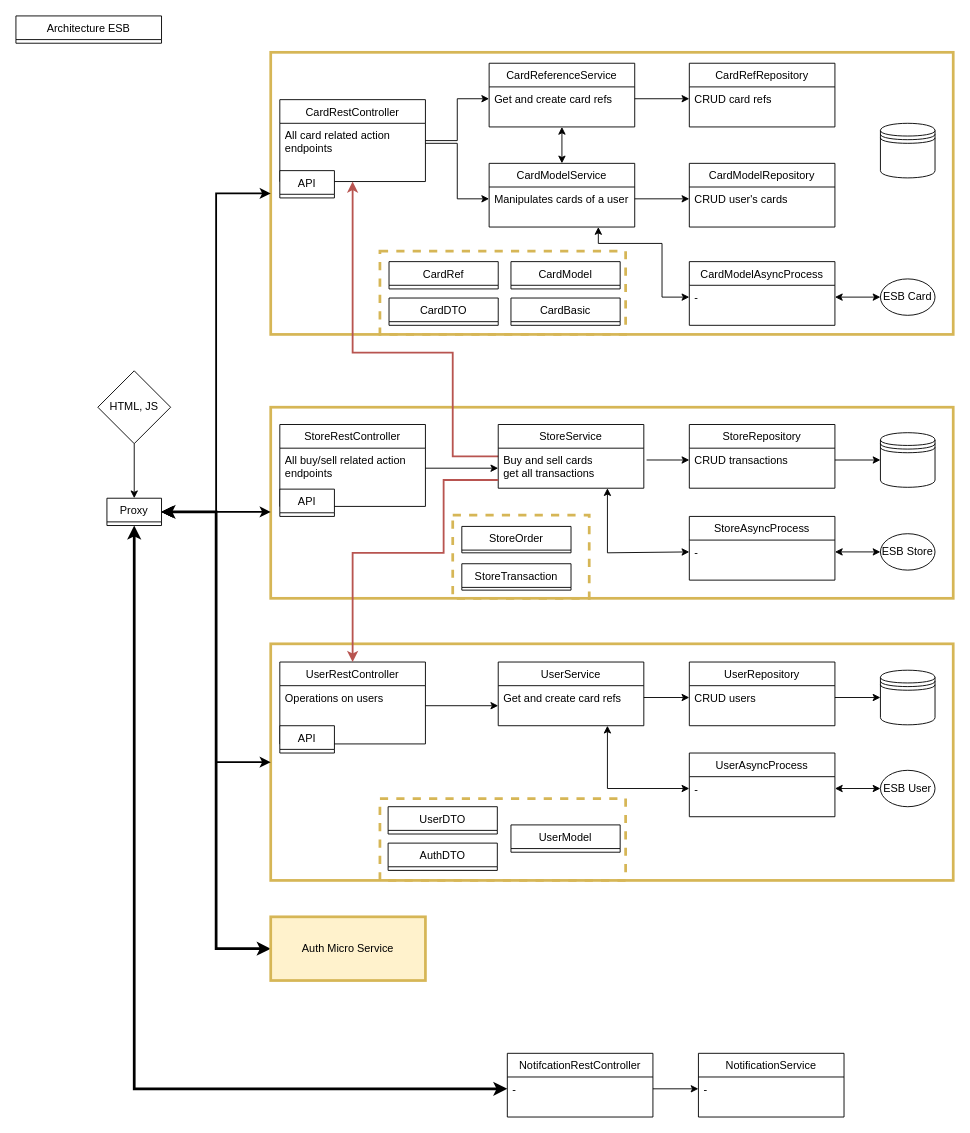
Before: page "Page-2" (2 of 2) of Untitled Diagram.drawio in guillaume-oo/asi2-card-trading-game, a draw.io diagram. Source tidied: cells renumbered, new cells numbered last; positions are measured from the earlier drawing's top-left corner, leaving out a move shared by most shapes. Both pictures are drawn from the tidied source at 91%, with x=0, y=0 at pixel (15, 15).
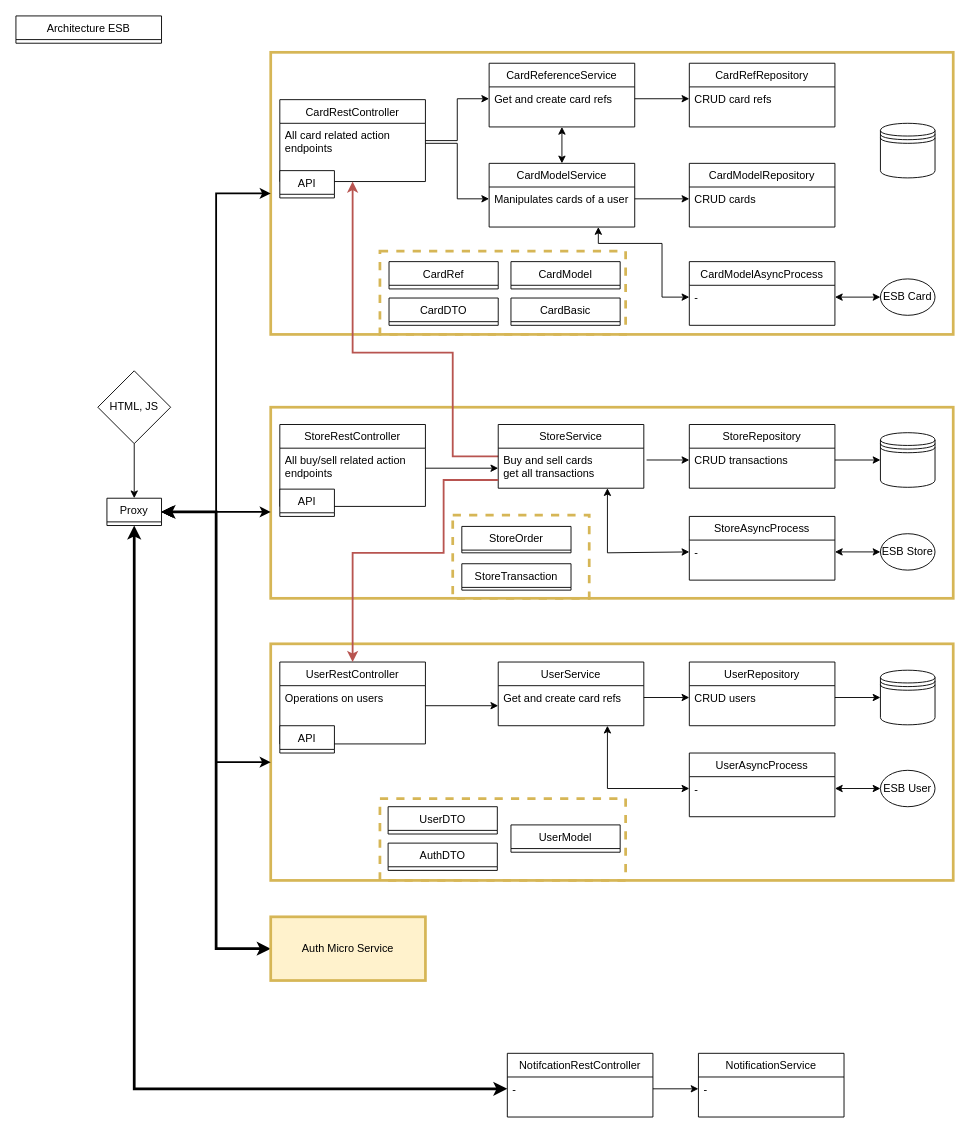
The same diagram, later.

The change refers to these unchanged cells:
```xml
<mxCell id="8" value="CardModelRepository" style="swimlane;fontStyle=0;align=center;verticalAlign=top;horizontal=1;startSize=26;rounded=0;shadow=0;strokeWidth=1;" parent="1" vertex="1">
  <mxGeometry x="740" y="162" width="160" height="70" as="geometry" />
</mxCell>
```

Change to the diagram source:
```diff
@@
-    <mxCell id="9" value="CRUD user's cards" style="text;align=left;verticalAlign=top;spacingLeft=4;spacingRight=4;overflow=hidden;points=[[0,0.5],[1,0.5]];portConstraint=eastwest;" parent="8" vertex="1">
+    <mxCell id="9" value="CRUD cards" style="text;align=left;verticalAlign=top;spacingLeft=4;spacingRight=4;overflow=hidden;points=[[0,0.5],[1,0.5]];portConstraint=eastwest;" parent="8" vertex="1">
       <mxGeometry y="26" width="160" height="26" as="geometry" />
     </mxCell>
```
